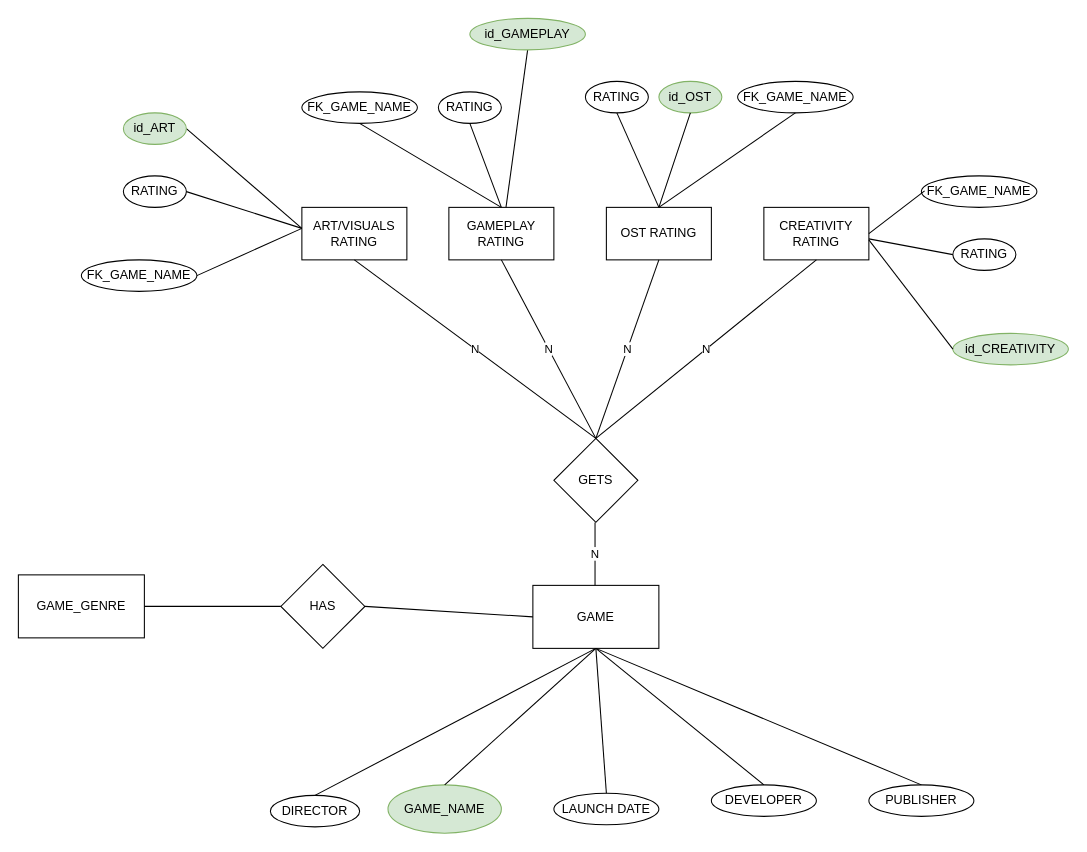
The draw.io diagram MePS2.drawio in KaduMirands/KaduMirands, before the edit. Source tidied: cells renumbered, new cells numbered last; positions are measured from the earlier drawing's top-left corner, leaving out a move shared by most shapes. Both pictures are drawn from the tidied source at 105%, with x=0, y=0 at pixel (18, 18).
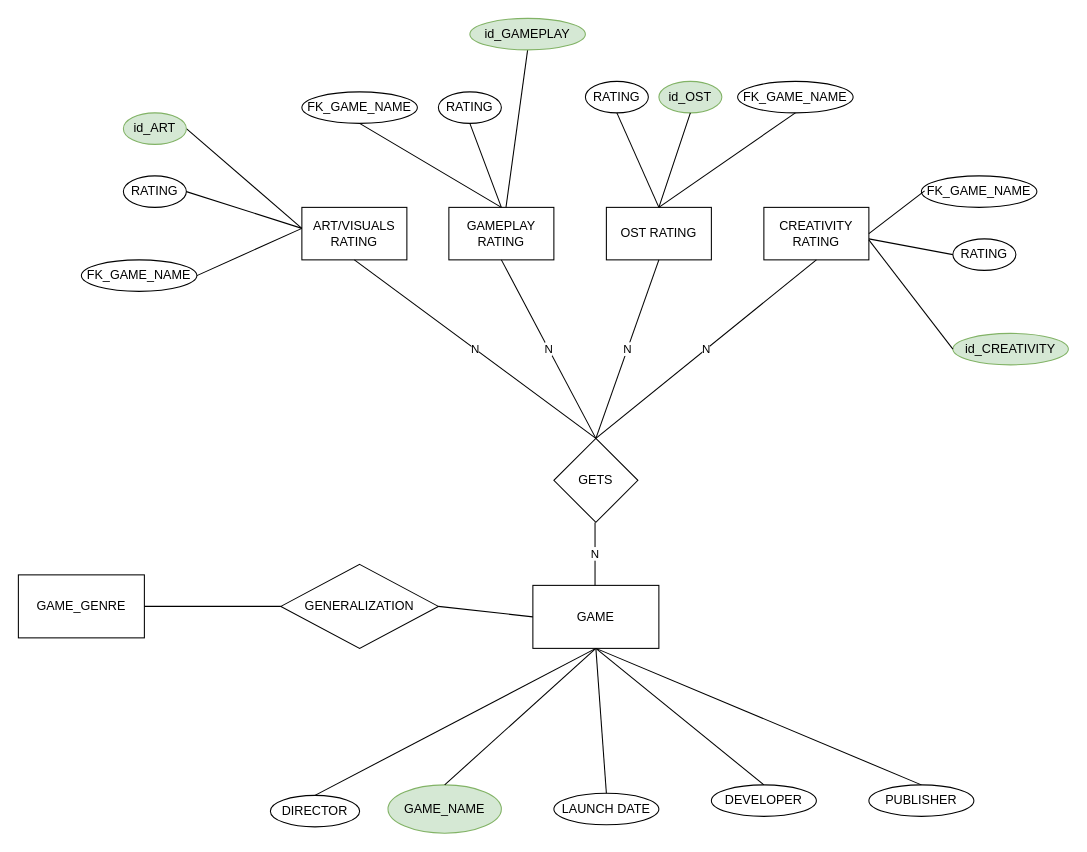
The same diagram, later.

Change to the diagram source:
```diff
@@
-    <mxCell id="48" value="HAS" style="rhombus;whiteSpace=wrap;html=1;" parent="1" vertex="1">
-      <mxGeometry x="250" y="520" width="80" height="80" as="geometry" />
+    <mxCell id="48" value="GENERALIZATION" style="rhombus;whiteSpace=wrap;html=1;" parent="1" vertex="1">
+      <mxGeometry x="250" y="520" width="150" height="80" as="geometry" />
     </mxCell>
```
